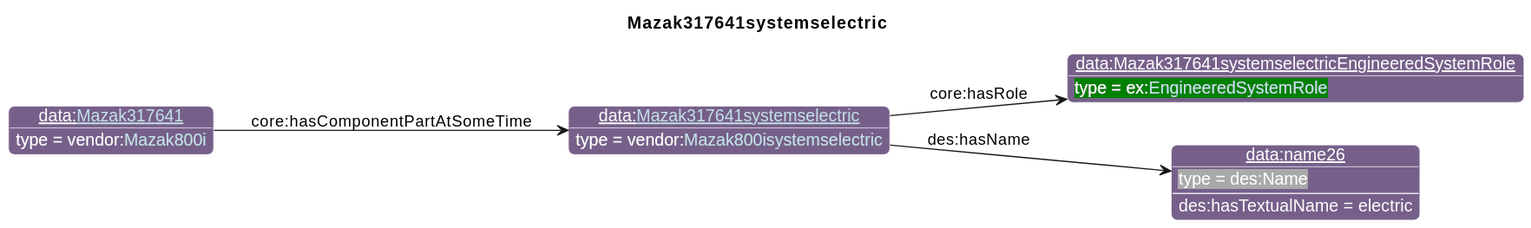
The PlantUML diagram diagrams/Mazak317641systemselectric.svg in iofoundry/example-syseng-mtconnect, before a commit. Its diagram source:
```plantuml
@startuml
!include ../iof.iuml

<style>
object {
  HyperlinkColor #C4E1E6
}
</style>

left to right direction
skinparam linetype polyline
title Mazak317641systemselectric

!$default_direction = down

!$namespace_colors = { "bfo":"DFA702",
                      "iof":"1E90FF",
                      "ns":"Green",
                      "ns1":"76608A",
                      "core":"000000",
                      "ex":"Green",
                      "data":"76608A",
                      "vendor":"76608A",
                      "units":"8A2D3B",
                      "cmns-dsg":"3A0519",
                      "qp":"641B2E"
      }
individual(o0, data:[[./Mazak317641systemselectric.html Mazak317641systemselectric]], vendor:[[../Mazak.html#Mazak800isystemselectric Mazak800isystemselectric]])
individual(o1, data:Mazak317641systemselectricEngineeredSystemRole, ex:[[../Example.html#EngineeredSystemRole EngineeredSystemRole]])
individual(o2, data:name26, des:Name)
individual(o3, data:[[./Mazak317641.html Mazak317641]], vendor:[[../Mazak.html#Mazak800i Mazak800i]])
property(o0, "core:hasRole", o1)
property(o0, "des:hasName", o2)
data(o2, "des:hasTextualName", "electric")
property(o3, "core:hasComponentPartAtSomeTime", o0)
@enduml
```
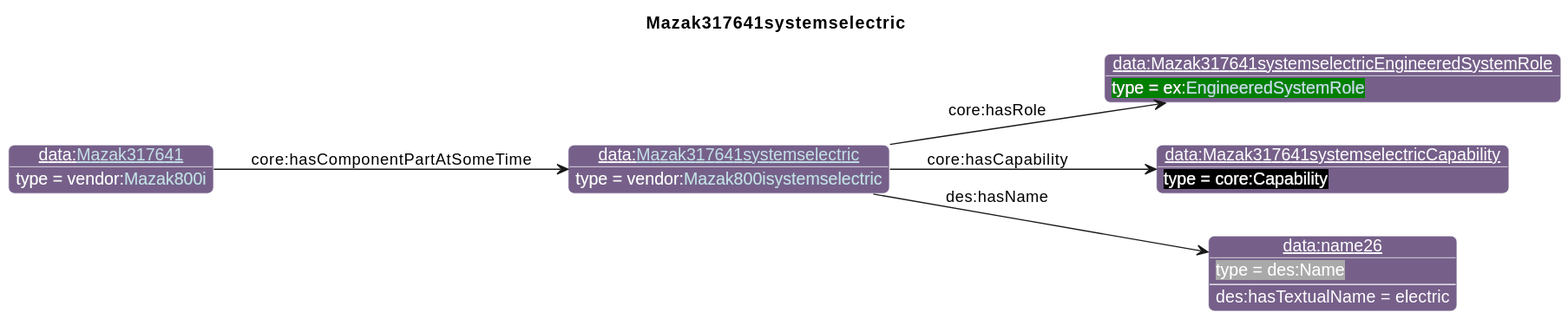
After the change.

What changed in the source:
```diff
@@ -27,10 +27,12 @@
       }
 individual(o0, data:[[./Mazak317641systemselectric.html Mazak317641systemselectric]], vendor:[[../Mazak.html#Mazak800isystemselectric Mazak800isystemselectric]])
 individual(o1, data:Mazak317641systemselectricEngineeredSystemRole, ex:[[../Example.html#EngineeredSystemRole EngineeredSystemRole]])
-individual(o2, data:name26, des:Name)
-individual(o3, data:[[./Mazak317641.html Mazak317641]], vendor:[[../Mazak.html#Mazak800i Mazak800i]])
+individual(o2, data:Mazak317641systemselectricCapability, core:Capability)
+individual(o3, data:name26, des:Name)
+individual(o4, data:[[./Mazak317641.html Mazak317641]], vendor:[[../Mazak.html#Mazak800i Mazak800i]])
 property(o0, "core:hasRole", o1)
-property(o0, "des:hasName", o2)
-data(o2, "des:hasTextualName", "electric")
-property(o3, "core:hasComponentPartAtSomeTime", o0)
+property(o0, "core:hasCapability", o2)
+property(o0, "des:hasName", o3)
+data(o3, "des:hasTextualName", "electric")
+property(o4, "core:hasComponentPartAtSomeTime", o0)
 @enduml
```
